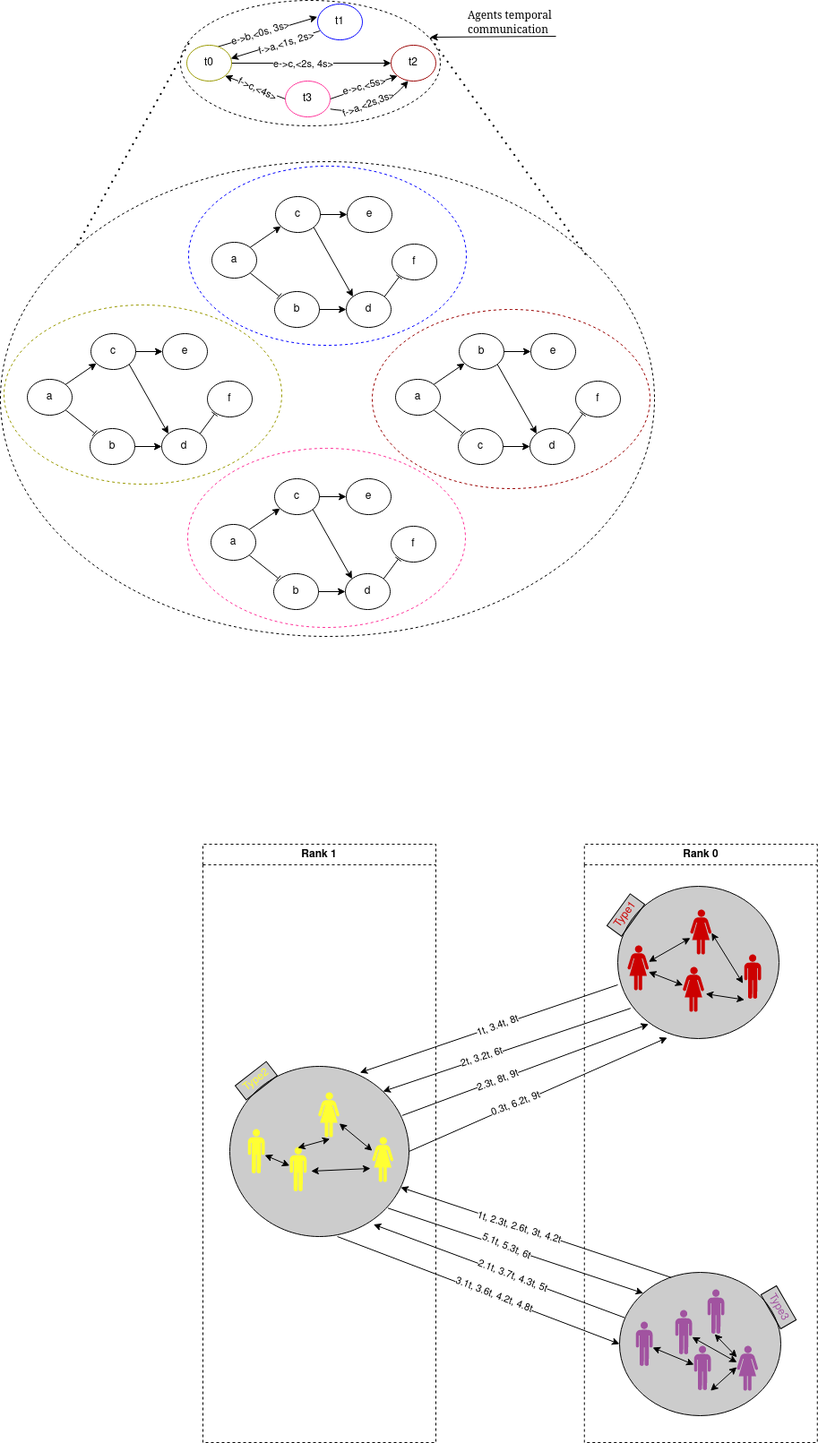
Before: docs/images/MASimplementation.drawio.png, a diagram exported from draw.io (josura/c2c-sepia). Source tidied: cells renumbered, new cells last; positions are measured from the earlier drawing's top-left corner, leaving out a move shared by most shapes.
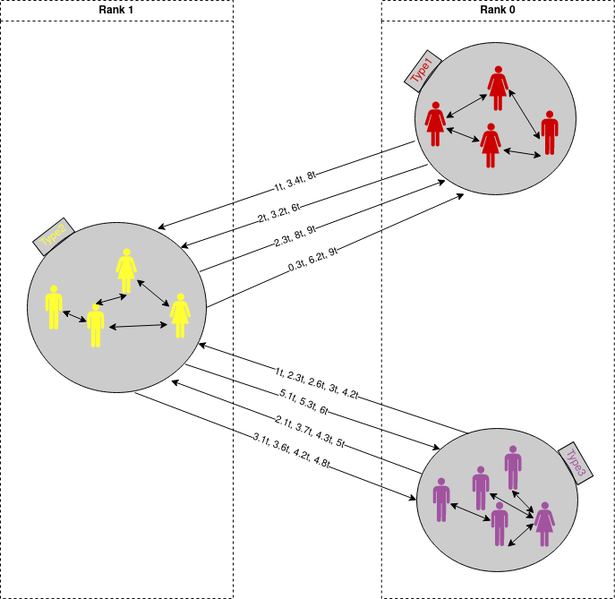
Later version of the same file.

The edit, as a diff of the source:
```diff
@@ -5,240 +5,6 @@
     <mxCell id="2" value="Rank 0" style="swimlane;whiteSpace=wrap;html=1;dashed=1;" parent="1" vertex="1">
       <mxGeometry x="651.8" y="942" width="260" height="668" as="geometry" />
     </mxCell>
-    <mxCell id="3" style="ellipse;whiteSpace=wrap;html=1;dashed=1;fillColor=none;strokeColor=#000000;" parent="1" vertex="1">
-      <mxGeometry x="201" width="290" height="140" as="geometry" />
-    </mxCell>
-    <mxCell id="4" style="ellipse;whiteSpace=wrap;html=1;dashed=1;fillColor=none;strokeColor=#000000;" parent="1" vertex="1">
-      <mxGeometry y="180" width="730" height="530" as="geometry" />
-    </mxCell>
-    <mxCell id="5" style="ellipse;whiteSpace=wrap;html=1;dashed=1;fillColor=none;strokeColor=#999900;" parent="1" vertex="1">
-      <mxGeometry x="4" y="340" width="310" height="200" as="geometry" />
-    </mxCell>
-    <mxCell id="6" style="edgeStyle=none;rounded=0;jettySize=auto;html=1;exitX=1;exitY=1;exitDx=0;exitDy=0;endArrow=baseDash;endFill=0;entryX=0.102;entryY=0.129;entryDx=0;entryDy=0;entryPerimeter=0;" parent="1" edge="1" source="8" target="13">
-      <mxGeometry relative="1" as="geometry" />
-    </mxCell>
-    <mxCell id="7" style="edgeStyle=none;rounded=0;jettySize=auto;html=1;exitX=1;exitY=0;exitDx=0;exitDy=0;" parent="1" edge="1" source="8" target="11">
-      <mxGeometry relative="1" as="geometry" />
-    </mxCell>
-    <mxCell id="8" value="a" style="ellipse;whiteSpace=wrap;html=1;" parent="1" vertex="1">
-      <mxGeometry x="30" y="423" width="50" height="40" as="geometry" />
-    </mxCell>
-    <mxCell id="9" style="edgeStyle=none;rounded=0;jettySize=auto;html=1;exitX=1;exitY=0.5;exitDx=0;exitDy=0;entryX=0;entryY=0.5;entryDx=0;entryDy=0;" parent="1" edge="1" source="11" target="16">
-      <mxGeometry relative="1" as="geometry" />
-    </mxCell>
-    <mxCell id="10" style="edgeStyle=none;rounded=0;jettySize=auto;html=1;exitX=1;exitY=1;exitDx=0;exitDy=0;entryX=0;entryY=0;entryDx=0;entryDy=0;" parent="1" edge="1" source="11" target="15">
-      <mxGeometry relative="1" as="geometry" />
-    </mxCell>
-    <mxCell id="11" value="c" style="ellipse;whiteSpace=wrap;html=1;" parent="1" vertex="1">
-      <mxGeometry x="101" y="372" width="50" height="40" as="geometry" />
-    </mxCell>
-    <mxCell id="12" style="edgeStyle=none;rounded=0;jettySize=auto;html=1;exitX=1;exitY=0.5;exitDx=0;exitDy=0;" parent="1" edge="1" source="13" target="15">
-      <mxGeometry relative="1" as="geometry" />
-    </mxCell>
-    <mxCell id="13" value="b" style="ellipse;whiteSpace=wrap;html=1;" parent="1" vertex="1">
-      <mxGeometry x="100" y="478" width="50" height="40" as="geometry" />
-    </mxCell>
-    <mxCell id="14" style="edgeStyle=none;rounded=0;jettySize=auto;html=1;exitX=1;exitY=0;exitDx=0;exitDy=0;entryX=0.159;entryY=0.917;entryDx=0;entryDy=0;endArrow=baseDash;endFill=0;entryPerimeter=0;" parent="1" edge="1" source="15" target="17">
-      <mxGeometry relative="1" as="geometry" />
-    </mxCell>
-    <mxCell id="15" value="d" style="ellipse;whiteSpace=wrap;html=1;" parent="1" vertex="1">
-      <mxGeometry x="180" y="478" width="50" height="40" as="geometry" />
-    </mxCell>
-    <mxCell id="16" value="e" style="ellipse;whiteSpace=wrap;html=1;" parent="1" vertex="1">
-      <mxGeometry x="181" y="372" width="50" height="40" as="geometry" />
-    </mxCell>
-    <mxCell id="17" value="f" style="ellipse;whiteSpace=wrap;html=1;" parent="1" vertex="1">
-      <mxGeometry x="231" y="425" width="50" height="40" as="geometry" />
-    </mxCell>
-    <mxCell id="18" style="edgeStyle=none;rounded=0;jettySize=auto;html=1;exitX=0.692;exitY=0.044;exitDx=0;exitDy=0;entryX=-0.004;entryY=0.359;entryDx=0;entryDy=0;exitPerimeter=0;entryPerimeter=0;" parent="1" edge="1" source="22" target="52">
-      <mxGeometry relative="1" as="geometry" />
-    </mxCell>
-    <mxCell id="19" value="e-&amp;gt;b,&amp;lt;0s, 3s&amp;gt;" style="edgeLabel;html=1;align=center;verticalAlign=middle;rotation=-17;" parent="18" vertex="1">
-      <mxGeometry x="-0.35" y="1" relative="1" as="geometry">
-        <mxPoint x="11" y="-3" as="offset" />
-      </mxGeometry>
-    </mxCell>
-    <mxCell id="20" style="edgeStyle=none;rounded=0;jettySize=auto;html=1;exitX=1;exitY=0.5;exitDx=0;exitDy=0;entryX=0;entryY=0.5;entryDx=0;entryDy=0;" parent="1" edge="1" source="22" target="36">
-      <mxGeometry relative="1" as="geometry" />
-    </mxCell>
-    <mxCell id="21" value="e-&amp;gt;c,&amp;lt;2s, 4s&amp;gt;" style="edgeLabel;html=1;align=center;verticalAlign=middle;" parent="20" vertex="1">
-      <mxGeometry x="-0.11" y="-1" relative="1" as="geometry" />
-    </mxCell>
-    <mxCell id="22" value="t0" style="ellipse;whiteSpace=wrap;html=1;strokeColor=#999900;" parent="1" vertex="1">
-      <mxGeometry x="208" y="50" width="50" height="40" as="geometry" />
-    </mxCell>
-    <mxCell id="23" style="ellipse;whiteSpace=wrap;html=1;dashed=1;fillColor=none;strokeColor=#990000;" parent="1" vertex="1">
-      <mxGeometry x="415" y="345" width="310" height="200" as="geometry" />
-    </mxCell>
-    <mxCell id="24" style="edgeStyle=none;rounded=0;jettySize=auto;html=1;exitX=1;exitY=1;exitDx=0;exitDy=0;endArrow=baseDash;endFill=0;entryX=0.102;entryY=0.129;entryDx=0;entryDy=0;entryPerimeter=0;" parent="1" edge="1" source="26" target="31">
-      <mxGeometry relative="1" as="geometry" />
-    </mxCell>
-    <mxCell id="25" style="edgeStyle=none;rounded=0;jettySize=auto;html=1;exitX=1;exitY=0;exitDx=0;exitDy=0;" parent="1" edge="1" source="26" target="29">
-      <mxGeometry relative="1" as="geometry" />
-    </mxCell>
-    <mxCell id="26" value="a" style="ellipse;whiteSpace=wrap;html=1;" parent="1" vertex="1">
-      <mxGeometry x="441" y="423" width="50" height="40" as="geometry" />
-    </mxCell>
-    <mxCell id="27" style="edgeStyle=none;rounded=0;jettySize=auto;html=1;exitX=1;exitY=0.5;exitDx=0;exitDy=0;entryX=0;entryY=0.5;entryDx=0;entryDy=0;" parent="1" edge="1" source="29" target="34">
-      <mxGeometry relative="1" as="geometry" />
-    </mxCell>
-    <mxCell id="28" style="edgeStyle=none;rounded=0;jettySize=auto;html=1;exitX=1;exitY=1;exitDx=0;exitDy=0;entryX=0;entryY=0;entryDx=0;entryDy=0;" parent="1" edge="1" source="29" target="33">
-      <mxGeometry relative="1" as="geometry" />
-    </mxCell>
-    <mxCell id="29" value="b" style="ellipse;whiteSpace=wrap;html=1;" parent="1" vertex="1">
-      <mxGeometry x="512" y="372" width="50" height="40" as="geometry" />
-    </mxCell>
-    <mxCell id="30" style="edgeStyle=none;rounded=0;jettySize=auto;html=1;exitX=1;exitY=0.5;exitDx=0;exitDy=0;" parent="1" edge="1" source="31" target="33">
-      <mxGeometry relative="1" as="geometry" />
-    </mxCell>
-    <mxCell id="31" value="c" style="ellipse;whiteSpace=wrap;html=1;" parent="1" vertex="1">
-      <mxGeometry x="511" y="478" width="50" height="40" as="geometry" />
-    </mxCell>
-    <mxCell id="32" style="edgeStyle=none;rounded=0;jettySize=auto;html=1;exitX=1;exitY=0;exitDx=0;exitDy=0;entryX=0.159;entryY=0.917;entryDx=0;entryDy=0;endArrow=baseDash;endFill=0;entryPerimeter=0;" parent="1" edge="1" source="33" target="35">
-      <mxGeometry relative="1" as="geometry" />
-    </mxCell>
-    <mxCell id="33" value="d" style="ellipse;whiteSpace=wrap;html=1;" parent="1" vertex="1">
-      <mxGeometry x="591" y="478" width="50" height="40" as="geometry" />
-    </mxCell>
-    <mxCell id="34" value="e" style="ellipse;whiteSpace=wrap;html=1;" parent="1" vertex="1">
-      <mxGeometry x="592" y="372" width="50" height="40" as="geometry" />
-    </mxCell>
-    <mxCell id="35" value="f" style="ellipse;whiteSpace=wrap;html=1;" parent="1" vertex="1">
-      <mxGeometry x="642" y="425" width="50" height="40" as="geometry" />
-    </mxCell>
-    <mxCell id="36" value="t2" style="ellipse;whiteSpace=wrap;html=1;strokeColor=#990000;" parent="1" vertex="1">
-      <mxGeometry x="436" y="50" width="50" height="40" as="geometry" />
-    </mxCell>
-    <mxCell id="37" style="ellipse;whiteSpace=wrap;html=1;dashed=1;fillColor=none;strokeColor=#0000FF;" parent="1" vertex="1">
-      <mxGeometry x="210" y="185" width="310" height="200" as="geometry" />
-    </mxCell>
-    <mxCell id="38" style="edgeStyle=none;rounded=0;jettySize=auto;html=1;exitX=1;exitY=1;exitDx=0;exitDy=0;endArrow=baseDash;endFill=0;entryX=0.102;entryY=0.129;entryDx=0;entryDy=0;entryPerimeter=0;" parent="1" edge="1" source="40" target="45">
-      <mxGeometry relative="1" as="geometry" />
-    </mxCell>
-    <mxCell id="39" style="edgeStyle=none;rounded=0;jettySize=auto;html=1;exitX=1;exitY=0;exitDx=0;exitDy=0;" parent="1" edge="1" source="40" target="43">
-      <mxGeometry relative="1" as="geometry" />
-    </mxCell>
-    <mxCell id="40" value="a" style="ellipse;whiteSpace=wrap;html=1;" parent="1" vertex="1">
-      <mxGeometry x="236" y="270" width="50" height="40" as="geometry" />
-    </mxCell>
-    <mxCell id="41" style="edgeStyle=none;rounded=0;jettySize=auto;html=1;exitX=1;exitY=0.5;exitDx=0;exitDy=0;entryX=0;entryY=0.5;entryDx=0;entryDy=0;" parent="1" edge="1" source="43" target="48">
-      <mxGeometry relative="1" as="geometry" />
-    </mxCell>
-    <mxCell id="42" style="edgeStyle=none;rounded=0;jettySize=auto;html=1;exitX=1;exitY=1;exitDx=0;exitDy=0;entryX=0;entryY=0;entryDx=0;entryDy=0;" parent="1" edge="1" source="43" target="47">
-      <mxGeometry relative="1" as="geometry" />
-    </mxCell>
-    <mxCell id="43" value="c" style="ellipse;whiteSpace=wrap;html=1;" parent="1" vertex="1">
-      <mxGeometry x="307" y="219" width="50" height="40" as="geometry" />
-    </mxCell>
-    <mxCell id="44" style="edgeStyle=none;rounded=0;jettySize=auto;html=1;exitX=1;exitY=0.5;exitDx=0;exitDy=0;" parent="1" edge="1" source="45" target="47">
-      <mxGeometry relative="1" as="geometry" />
-    </mxCell>
-    <mxCell id="45" value="b" style="ellipse;whiteSpace=wrap;html=1;" parent="1" vertex="1">
-      <mxGeometry x="306" y="325" width="50" height="40" as="geometry" />
-    </mxCell>
-    <mxCell id="46" style="edgeStyle=none;rounded=0;jettySize=auto;html=1;exitX=1;exitY=0;exitDx=0;exitDy=0;entryX=0.159;entryY=0.917;entryDx=0;entryDy=0;endArrow=baseDash;endFill=0;entryPerimeter=0;" parent="1" edge="1" source="47" target="49">
-      <mxGeometry relative="1" as="geometry" />
-    </mxCell>
-    <mxCell id="47" value="d" style="ellipse;whiteSpace=wrap;html=1;" parent="1" vertex="1">
-      <mxGeometry x="386" y="325" width="50" height="40" as="geometry" />
-    </mxCell>
-    <mxCell id="48" value="e" style="ellipse;whiteSpace=wrap;html=1;" parent="1" vertex="1">
-      <mxGeometry x="387" y="219" width="50" height="40" as="geometry" />
-    </mxCell>
-    <mxCell id="49" value="f" style="ellipse;whiteSpace=wrap;html=1;" parent="1" vertex="1">
-      <mxGeometry x="437" y="272" width="50" height="40" as="geometry" />
-    </mxCell>
-    <mxCell id="50" style="edgeStyle=none;rounded=0;jettySize=auto;html=1;exitX=0.048;exitY=0.752;exitDx=0;exitDy=0;entryX=0.981;entryY=0.371;entryDx=0;entryDy=0;entryPerimeter=0;exitPerimeter=0;" parent="1" edge="1" source="52" target="22">
-      <mxGeometry relative="1" as="geometry" />
-    </mxCell>
-    <mxCell id="51" value="f-&amp;gt;a,&amp;lt;1s, 2s&amp;gt;" style="edgeLabel;html=1;align=center;verticalAlign=middle;rotation=-17;" parent="50" vertex="1">
-      <mxGeometry x="-0.49" relative="1" as="geometry">
-        <mxPoint x="-13" y="6" as="offset" />
-      </mxGeometry>
-    </mxCell>
-    <mxCell id="52" value="t1" style="ellipse;whiteSpace=wrap;html=1;strokeColor=#0000FF;" parent="1" vertex="1">
-      <mxGeometry x="354" y="4" width="50" height="40" as="geometry" />
-    </mxCell>
-    <mxCell id="53" style="ellipse;whiteSpace=wrap;html=1;dashed=1;fillColor=none;strokeColor=#FF3399;" parent="1" vertex="1">
-      <mxGeometry x="209" y="500" width="310" height="200" as="geometry" />
-    </mxCell>
-    <mxCell id="54" style="edgeStyle=none;rounded=0;jettySize=auto;html=1;exitX=1;exitY=1;exitDx=0;exitDy=0;endArrow=baseDash;endFill=0;entryX=0.102;entryY=0.129;entryDx=0;entryDy=0;entryPerimeter=0;" parent="1" edge="1" source="56" target="61">
-      <mxGeometry relative="1" as="geometry" />
-    </mxCell>
-    <mxCell id="55" style="edgeStyle=none;rounded=0;jettySize=auto;html=1;exitX=1;exitY=0;exitDx=0;exitDy=0;" parent="1" edge="1" source="56" target="59">
-      <mxGeometry relative="1" as="geometry" />
-    </mxCell>
-    <mxCell id="56" value="a" style="ellipse;whiteSpace=wrap;html=1;" parent="1" vertex="1">
-      <mxGeometry x="235" y="585" width="50" height="40" as="geometry" />
-    </mxCell>
-    <mxCell id="57" style="edgeStyle=none;rounded=0;jettySize=auto;html=1;exitX=1;exitY=0.5;exitDx=0;exitDy=0;entryX=0;entryY=0.5;entryDx=0;entryDy=0;" parent="1" edge="1" source="59" target="64">
-      <mxGeometry relative="1" as="geometry" />
-    </mxCell>
-    <mxCell id="58" style="edgeStyle=none;rounded=0;jettySize=auto;html=1;exitX=1;exitY=1;exitDx=0;exitDy=0;entryX=0;entryY=0;entryDx=0;entryDy=0;" parent="1" edge="1" source="59" target="63">
-      <mxGeometry relative="1" as="geometry" />
-    </mxCell>
-    <mxCell id="59" value="c" style="ellipse;whiteSpace=wrap;html=1;" parent="1" vertex="1">
-      <mxGeometry x="306" y="534" width="50" height="40" as="geometry" />
-    </mxCell>
-    <mxCell id="60" style="edgeStyle=none;rounded=0;jettySize=auto;html=1;exitX=1;exitY=0.5;exitDx=0;exitDy=0;" parent="1" edge="1" source="61" target="63">
-      <mxGeometry relative="1" as="geometry" />
-    </mxCell>
-    <mxCell id="61" value="b" style="ellipse;whiteSpace=wrap;html=1;" parent="1" vertex="1">
-      <mxGeometry x="305" y="640" width="50" height="40" as="geometry" />
-    </mxCell>
-    <mxCell id="62" style="edgeStyle=none;rounded=0;jettySize=auto;html=1;exitX=1;exitY=0;exitDx=0;exitDy=0;entryX=0.159;entryY=0.917;entryDx=0;entryDy=0;endArrow=baseDash;endFill=0;entryPerimeter=0;" parent="1" edge="1" source="63" target="65">
-      <mxGeometry relative="1" as="geometry" />
-    </mxCell>
-    <mxCell id="63" value="d" style="ellipse;whiteSpace=wrap;html=1;" parent="1" vertex="1">
-      <mxGeometry x="385" y="640" width="50" height="40" as="geometry" />
-    </mxCell>
-    <mxCell id="64" value="e" style="ellipse;whiteSpace=wrap;html=1;" parent="1" vertex="1">
-      <mxGeometry x="386" y="534" width="50" height="40" as="geometry" />
-    </mxCell>
-    <mxCell id="65" value="f" style="ellipse;whiteSpace=wrap;html=1;" parent="1" vertex="1">
-      <mxGeometry x="436" y="587" width="50" height="40" as="geometry" />
-    </mxCell>
-    <mxCell id="66" style="edgeStyle=none;rounded=0;jettySize=auto;html=1;exitX=0;exitY=0.5;exitDx=0;exitDy=0;entryX=1;entryY=1;entryDx=0;entryDy=0;" parent="1" edge="1" source="70" target="22">
-      <mxGeometry relative="1" as="geometry" />
-    </mxCell>
-    <mxCell id="67" value="f-&amp;gt;c,&amp;lt;4s&amp;gt;" style="edgeLabel;html=1;align=center;verticalAlign=middle;rotation=25;" parent="66" vertex="1">
-      <mxGeometry x="-0.06" relative="1" as="geometry" />
-    </mxCell>
-    <mxCell id="68" style="edgeStyle=none;rounded=0;jettySize=auto;html=1;exitX=1;exitY=0.5;exitDx=0;exitDy=0;entryX=0;entryY=1;entryDx=0;entryDy=0;" parent="1" edge="1" source="70" target="36">
-      <mxGeometry relative="1" as="geometry" />
-    </mxCell>
-    <mxCell id="69" value="e-&amp;gt;c,&amp;lt;5s&amp;gt;" style="edgeLabel;html=1;align=center;verticalAlign=middle;rotation=-15;" parent="68" vertex="1">
-      <mxGeometry x="0.01" y="1" relative="1" as="geometry" />
-    </mxCell>
-    <mxCell id="70" value="t3" style="ellipse;whiteSpace=wrap;html=1;strokeColor=#FF3399;" parent="1" vertex="1">
-      <mxGeometry x="318" y="90" width="50" height="40" as="geometry" />
-    </mxCell>
-    <mxCell id="71" style="endArrow=none;dashed=1;html=1;dashPattern=1 3;strokeWidth=2;rounded=0;entryX=0.036;entryY=0.326;entryDx=0;entryDy=0;exitX=0.117;exitY=0.176;exitDx=0;exitDy=0;exitPerimeter=0;entryPerimeter=0;" parent="1" edge="1" source="4" target="3">
-      <mxGeometry relative="1" as="geometry" />
-    </mxCell>
-    <mxCell id="72" style="endArrow=none;dashed=1;html=1;dashPattern=1 3;strokeWidth=2;rounded=0;entryX=0.951;entryY=0.266;entryDx=0;entryDy=0;exitX=0.895;exitY=0.196;exitDx=0;exitDy=0;exitPerimeter=0;entryPerimeter=0;" parent="1" edge="1" source="4" target="3">
-      <mxGeometry relative="1" as="geometry" />
-    </mxCell>
-    <mxCell id="73" value="&lt;div align=&quot;left&quot;&gt;&lt;font face=&quot;Verdana&quot;&gt;Agents temporal &lt;br&gt;&lt;/font&gt;&lt;/div&gt;&lt;div align=&quot;left&quot;&gt;&lt;font face=&quot;vIOQpKhhw21pUGHrhAOD&quot;&gt;communication&lt;/font&gt;&lt;/div&gt;" style="text;html=1;align=left;verticalAlign=middle;strokeColor=none;fillColor=none;" parent="1" vertex="1">
-      <mxGeometry x="520" width="120" height="50" as="geometry" />
-    </mxCell>
-    <mxCell id="74" style="endArrow=classic;html=1;rounded=0;entryX=0.961;entryY=0.293;entryDx=0;entryDy=0;entryPerimeter=0;" parent="1" edge="1" target="3">
-      <mxGeometry relative="1" as="geometry">
-        <mxPoint x="620" y="40" as="sourcePoint" />
-      </mxGeometry>
-    </mxCell>
-    <mxCell id="75" style="endArrow=classic;html=1;rounded=0;curved=1;exitX=1.004;exitY=0.781;exitDx=0;exitDy=0;exitPerimeter=0;entryX=0.383;entryY=0.991;entryDx=0;entryDy=0;entryPerimeter=0;" parent="1" edge="1" source="70" target="36">
-      <mxGeometry relative="1" as="geometry">
-        <Array as="points">
-          <mxPoint x="420" y="130" />
-        </Array>
-      </mxGeometry>
-    </mxCell>
-    <mxCell id="76" value="f-&amp;gt;a,&amp;lt;2s,3s&amp;gt;" style="edgeLabel;html=1;align=center;verticalAlign=middle;rotation=-21;" parent="75" vertex="1">
-      <mxGeometry x="-0.23" y="9" relative="1" as="geometry">
-        <mxPoint x="1" y="-3" as="offset" />
-      </mxGeometry>
-    </mxCell>
     <mxCell id="77" style="ellipse;whiteSpace=wrap;html=1;fillColor=#000000;fillOpacity=20;" parent="1" vertex="1">
       <mxGeometry x="689" y="989" width="180" height="170" as="geometry" />
     </mxCell>
```
